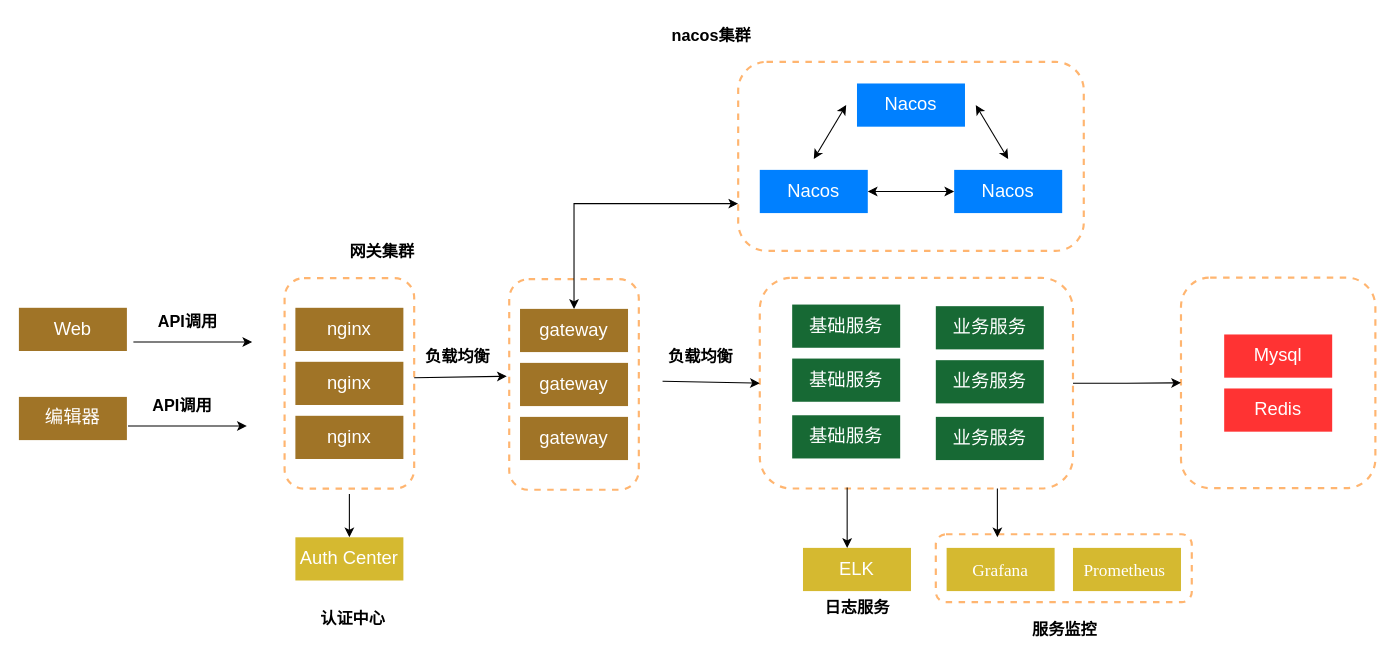
The draw.io diagram csdb/csdb 部署架构图.drawio in DemonHan/KuickBuy, before the edit. Source tidied: cells renumbered, new cells numbered last; positions are measured from the earlier drawing's top-left corner, leaving out a move shared by most shapes. Both pictures are drawn from the tidied source at 108%, with x=0, y=0 at pixel (18, 18).
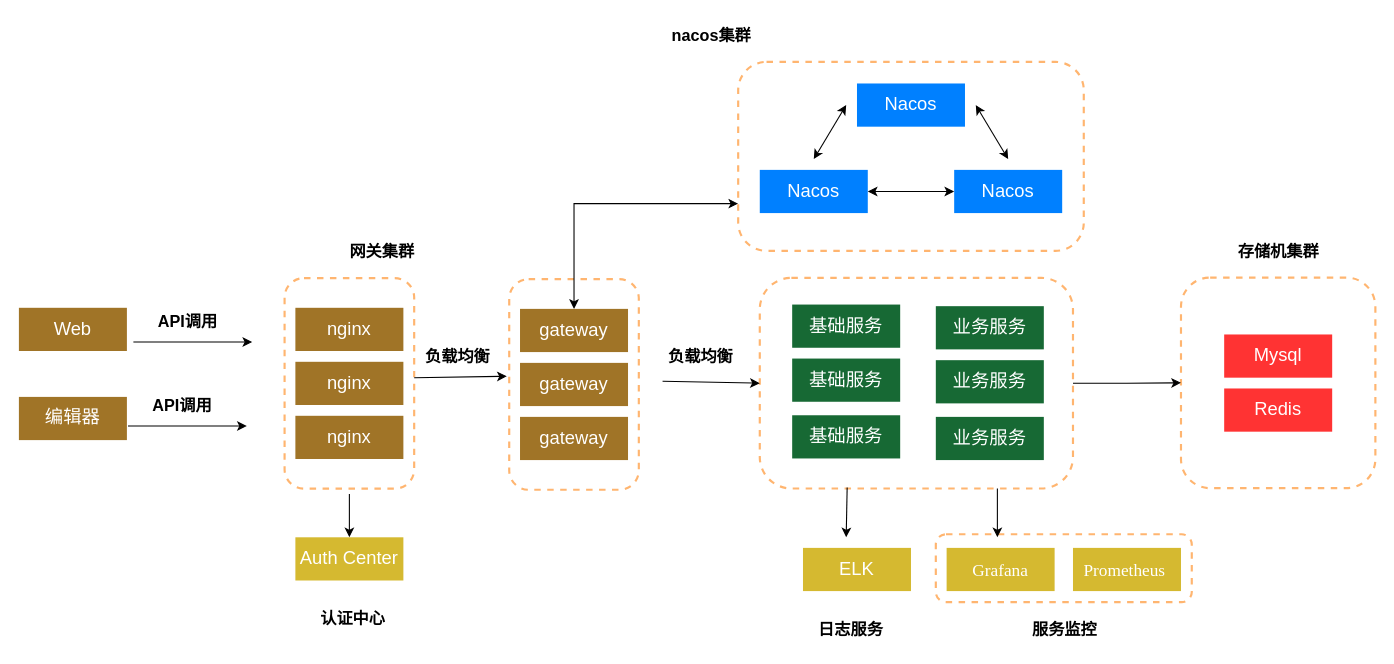
Above is the later version.

Commit message (it also covers changes not shown here):
更新csdb 部署架构图.drawio

The change refers to these unchanged cells:
```xml
<mxCell id="11" style="rounded=1;whiteSpace=wrap;html=1;dashed=1;strokeColor=#FFB570;strokeWidth=2;" parent="1" vertex="1">
  <mxGeometry x="686" y="239.8" width="290" height="195" as="geometry" />
</mxCell>
<mxCell id="27" value="&lt;font color=&quot;#ffffff&quot;&gt;ELK&lt;/font&gt;" style="rounded=0;whiteSpace=wrap;html=1;fillColor=#d5b930;fontSize=17;strokeColor=none;" parent="1" vertex="1">
  <mxGeometry x="726" y="489.8" width="100" height="40" as="geometry" />
</mxCell>
```

What changed in the source:
```diff
@@
-    <mxCell id="28" style="endArrow=classic;html=1;rounded=0;exitX=0.279;exitY=0.995;exitDx=0;exitDy=0;exitPerimeter=0;entryX=0.409;entryY=0;entryDx=0;entryDy=0;entryPerimeter=0;" parent="1" edge="1" source="11" target="27">
-      <mxGeometry relative="1" as="geometry" />
+    <mxCell id="28" style="endArrow=classic;html=1;rounded=0;exitX=0.279;exitY=0.995;exitDx=0;exitDy=0;exitPerimeter=0;" parent="1" edge="1" source="11">
+      <mxGeometry relative="1" as="geometry">
+        <mxPoint x="766" y="480" as="targetPoint" />
+      </mxGeometry>
     </mxCell>
     <mxCell id="29" value="日志服务" style="text;html=1;align=center;verticalAlign=middle;strokeColor=none;fillColor=none;strokeWidth=3;fontSize=15;fontStyle=1;" parent="1" vertex="1">
-      <mxGeometry x="736" y="529.8" width="80" height="30" as="geometry" />
+      <mxGeometry x="730" y="550" width="80" height="30" as="geometry" />
     </mxCell>
@@
+    <mxCell id="53" value="存储机集群" style="text;html=1;align=center;verticalAlign=middle;strokeColor=none;fillColor=none;strokeWidth=3;fontSize=15;fontStyle=1;" parent="1" vertex="1">
+      <mxGeometry x="1116" y="200" width="100" height="30" as="geometry" />
+    </mxCell>
```
